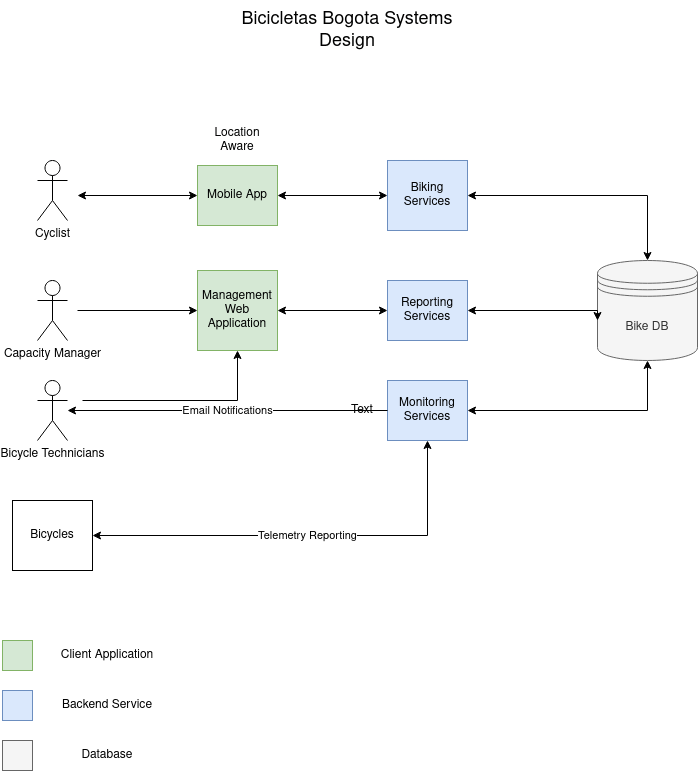
The draw.io diagram images/high-level.png in mark579/bicicletas-bogota-design, before a commit. Source tidied: cells renumbered, new cells last; positions are measured from the earlier drawing's top-left corner, leaving out a move shared by most shapes. Source of this version:
```xml
<mxGraphModel>
  <root>
    <mxCell id="0" />
    <mxCell id="1" parent="0" />
    <mxCell id="2" value="&lt;font style=&quot;font-size: 18px&quot;&gt;Bicicletas Bogota Systems Design&lt;/font&gt;" style="text;html=1;strokeColor=none;fillColor=none;align=center;verticalAlign=middle;whiteSpace=wrap;rounded=0;" parent="1" vertex="1">
      <mxGeometry x="210" width="270" height="60" as="geometry" />
    </mxCell>
    <mxCell id="3" value="Cyclist" style="shape=umlActor;verticalLabelPosition=bottom;verticalAlign=top;html=1;" parent="1" vertex="1">
      <mxGeometry x="35" y="160" width="30" height="60" as="geometry" />
    </mxCell>
    <mxCell id="4" style="edgeStyle=orthogonalEdgeStyle;rounded=0;jettySize=auto;html=1;exitX=0;exitY=0.5;exitDx=0;exitDy=0;startArrow=classic;startFill=1;endArrow=classic;endFill=1;" parent="1" edge="1" source="6">
      <mxGeometry relative="1" as="geometry">
        <mxPoint x="75" y="195" as="targetPoint" />
      </mxGeometry>
    </mxCell>
    <mxCell id="5" style="edgeStyle=orthogonalEdgeStyle;rounded=0;jettySize=auto;html=1;startArrow=classic;startFill=1;endArrow=classic;endFill=1;" parent="1" edge="1" source="6" target="11">
      <mxGeometry relative="1" as="geometry" />
    </mxCell>
    <mxCell id="6" value="Mobile App" style="rounded=0;whiteSpace=wrap;html=1;fillColor=#d5e8d4;strokeColor=#82b366;" parent="1" vertex="1">
      <mxGeometry x="195" y="165" width="80" height="60" as="geometry" />
    </mxCell>
    <mxCell id="7" value="Bike DB" style="shape=datastore;whiteSpace=wrap;html=1;fillColor=#f5f5f5;strokeColor=#666666;fontColor=#333333;" parent="1" vertex="1">
      <mxGeometry x="595" y="260" width="100" height="100" as="geometry" />
    </mxCell>
    <mxCell id="8" value="Telemetry Reporting" style="edgeStyle=orthogonalEdgeStyle;rounded=0;jettySize=auto;html=1;entryX=0.5;entryY=1;entryDx=0;entryDy=0;startArrow=classic;startFill=1;endArrow=classic;endFill=1;" parent="1" edge="1" source="9" target="16">
      <mxGeometry relative="1" as="geometry" />
    </mxCell>
    <mxCell id="9" value="Bicycles" style="rounded=0;whiteSpace=wrap;html=1;" parent="1" vertex="1">
      <mxGeometry x="10" y="500" width="80" height="70" as="geometry" />
    </mxCell>
    <mxCell id="10" style="edgeStyle=orthogonalEdgeStyle;rounded=0;jettySize=auto;html=1;entryX=0.5;entryY=0;entryDx=0;entryDy=0;startArrow=classic;startFill=1;endArrow=classic;endFill=1;" parent="1" edge="1" source="11" target="7">
      <mxGeometry relative="1" as="geometry" />
    </mxCell>
    <mxCell id="11" value="Biking Services" style="rounded=0;whiteSpace=wrap;html=1;fillColor=#dae8fc;strokeColor=#6c8ebf;" parent="1" vertex="1">
      <mxGeometry x="385" y="160" width="80" height="70" as="geometry" />
    </mxCell>
    <mxCell id="12" style="edgeStyle=orthogonalEdgeStyle;rounded=0;jettySize=auto;html=1;startArrow=classic;startFill=1;endArrow=classic;endFill=1;" parent="1" edge="1" source="14">
      <mxGeometry relative="1" as="geometry">
        <mxPoint x="595" y="320" as="targetPoint" />
        <Array as="points">
          <mxPoint x="595" y="310" />
        </Array>
      </mxGeometry>
    </mxCell>
    <mxCell id="13" style="edgeStyle=orthogonalEdgeStyle;rounded=0;jettySize=auto;html=1;entryX=1;entryY=0.5;entryDx=0;entryDy=0;startArrow=classic;startFill=1;endArrow=classic;endFill=1;" parent="1" edge="1" source="14" target="20">
      <mxGeometry relative="1" as="geometry" />
    </mxCell>
    <mxCell id="14" value="Reporting Services" style="rounded=0;whiteSpace=wrap;html=1;fillColor=#dae8fc;strokeColor=#6c8ebf;" parent="1" vertex="1">
      <mxGeometry x="385" y="280" width="80" height="60" as="geometry" />
    </mxCell>
    <mxCell id="15" style="edgeStyle=orthogonalEdgeStyle;rounded=0;jettySize=auto;html=1;entryX=0.5;entryY=1;entryDx=0;entryDy=0;startArrow=classic;startFill=1;endArrow=classic;endFill=1;" parent="1" edge="1" source="16" target="7">
      <mxGeometry relative="1" as="geometry" />
    </mxCell>
    <mxCell id="16" value="Monitoring Services" style="rounded=0;whiteSpace=wrap;html=1;fillColor=#dae8fc;strokeColor=#6c8ebf;" parent="1" vertex="1">
      <mxGeometry x="385" y="380" width="80" height="60" as="geometry" />
    </mxCell>
    <mxCell id="17" style="edgeStyle=orthogonalEdgeStyle;rounded=0;jettySize=auto;html=1;entryX=0.5;entryY=1;entryDx=0;entryDy=0;startArrow=none;startFill=0;endArrow=classic;endFill=1;" parent="1" edge="1" target="20">
      <mxGeometry relative="1" as="geometry">
        <mxPoint x="80" y="400" as="sourcePoint" />
      </mxGeometry>
    </mxCell>
    <mxCell id="18" value="Bicycle Technicians" style="shape=umlActor;verticalLabelPosition=bottom;verticalAlign=top;html=1;outlineConnect=0;" parent="1" vertex="1">
      <mxGeometry x="35" y="380" width="30" height="60" as="geometry" />
    </mxCell>
    <mxCell id="19" value="Email Notifications" style="endArrow=none;startArrow=classic;html=1;entryX=0;entryY=0.5;entryDx=0;entryDy=0;startFill=1;endFill=0;" parent="1" edge="1" source="18" target="16">
      <mxGeometry relative="1" as="geometry" />
    </mxCell>
    <mxCell id="20" value="Management Web Application" style="whiteSpace=wrap;html=1;fillColor=#d5e8d4;strokeColor=#82b366;" parent="1" vertex="1">
      <mxGeometry x="195" y="270" width="80" height="80" as="geometry" />
    </mxCell>
    <mxCell id="21" value="Capacity Manager" style="shape=umlActor;verticalLabelPosition=bottom;verticalAlign=top;html=1;" parent="1" vertex="1">
      <mxGeometry x="35" y="280" width="30" height="60" as="geometry" />
    </mxCell>
    <mxCell id="22" style="endArrow=classic;html=1;" parent="1" edge="1" target="20">
      <mxGeometry relative="1" as="geometry">
        <mxPoint x="75" y="310" as="sourcePoint" />
      </mxGeometry>
    </mxCell>
    <mxCell id="23" value="Location Aware" style="text;html=1;strokeColor=none;fillColor=none;align=center;verticalAlign=middle;whiteSpace=wrap;rounded=0;" parent="1" vertex="1">
      <mxGeometry x="215" y="130" width="40" height="20" as="geometry" />
    </mxCell>
    <mxCell id="24" style="rounded=0;whiteSpace=wrap;html=1;fillColor=#d5e8d4;strokeColor=#82b366;" parent="1" vertex="1">
      <mxGeometry y="640" width="30" height="30" as="geometry" />
    </mxCell>
    <mxCell id="25" style="rounded=0;whiteSpace=wrap;html=1;fillColor=#dae8fc;strokeColor=#6c8ebf;" parent="1" vertex="1">
      <mxGeometry y="690" width="30" height="30" as="geometry" />
    </mxCell>
    <mxCell id="26" style="rounded=0;whiteSpace=wrap;html=1;fillColor=#f5f5f5;strokeColor=#666666;fontColor=#333333;" parent="1" vertex="1">
      <mxGeometry y="740" width="30" height="30" as="geometry" />
    </mxCell>
    <mxCell id="27" value="Text" style="text;html=1;strokeColor=none;fillColor=none;align=center;verticalAlign=middle;whiteSpace=wrap;rounded=0;" parent="1" vertex="1">
      <mxGeometry x="340" y="400" width="40" height="20" as="geometry" />
    </mxCell>
    <mxCell id="28" value="Client Application" style="text;html=1;strokeColor=none;fillColor=none;align=center;verticalAlign=middle;whiteSpace=wrap;rounded=0;" parent="1" vertex="1">
      <mxGeometry x="50" y="645" width="110" height="20" as="geometry" />
    </mxCell>
    <mxCell id="29" value="Backend Service" style="text;html=1;strokeColor=none;fillColor=none;align=center;verticalAlign=middle;whiteSpace=wrap;rounded=0;" parent="1" vertex="1">
      <mxGeometry x="50" y="695" width="110" height="20" as="geometry" />
    </mxCell>
    <mxCell id="30" value="Database" style="text;html=1;strokeColor=none;fillColor=none;align=center;verticalAlign=middle;whiteSpace=wrap;rounded=0;" parent="1" vertex="1">
      <mxGeometry x="50" y="745" width="110" height="20" as="geometry" />
    </mxCell>
  </root>
</mxGraphModel>
```
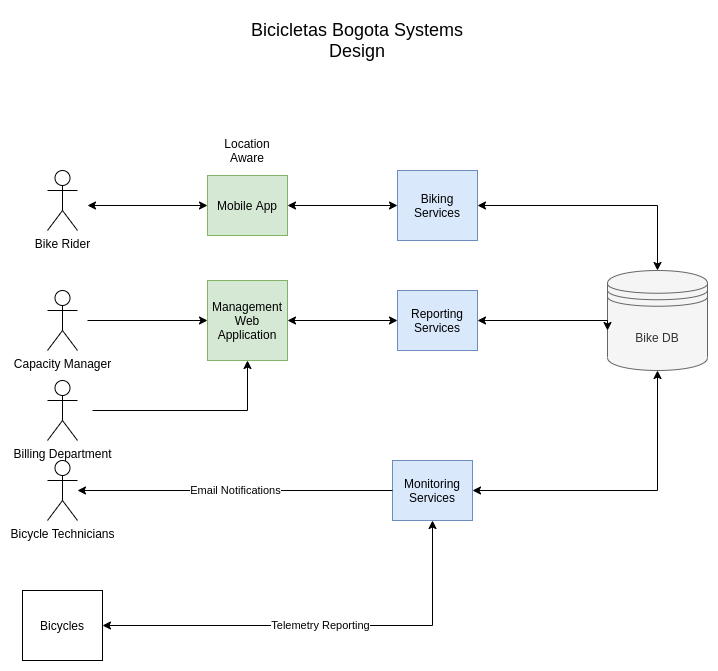
The same diagram one commit later.

What changed in the source:
```diff
@@ -5,7 +5,7 @@
     <mxCell id="2" value="&lt;font style=&quot;font-size: 18px&quot;&gt;Bicicletas Bogota Systems Design&lt;/font&gt;" style="text;html=1;strokeColor=none;fillColor=none;align=center;verticalAlign=middle;whiteSpace=wrap;rounded=0;" parent="1" vertex="1">
       <mxGeometry x="210" width="270" height="60" as="geometry" />
     </mxCell>
-    <mxCell id="3" value="Cyclist" style="shape=umlActor;verticalLabelPosition=bottom;verticalAlign=top;html=1;" parent="1" vertex="1">
+    <mxCell id="3" value="Bike Rider" style="shape=umlActor;verticalLabelPosition=bottom;verticalAlign=top;html=1;" parent="1" vertex="1">
       <mxGeometry x="35" y="160" width="30" height="60" as="geometry" />
     </mxCell>
     <mxCell id="4" style="edgeStyle=orthogonalEdgeStyle;rounded=0;jettySize=auto;html=1;exitX=0;exitY=0.5;exitDx=0;exitDy=0;startArrow=classic;startFill=1;endArrow=classic;endFill=1;" parent="1" edge="1" source="6">
@@ -26,7 +26,7 @@
       <mxGeometry relative="1" as="geometry" />
     </mxCell>
     <mxCell id="9" value="Bicycles" style="rounded=0;whiteSpace=wrap;html=1;" parent="1" vertex="1">
-      <mxGeometry x="10" y="500" width="80" height="70" as="geometry" />
+      <mxGeometry x="10" y="580" width="80" height="70" as="geometry" />
     </mxCell>
     <mxCell id="10" style="edgeStyle=orthogonalEdgeStyle;rounded=0;jettySize=auto;html=1;entryX=0.5;entryY=0;entryDx=0;entryDy=0;startArrow=classic;startFill=1;endArrow=classic;endFill=1;" parent="1" edge="1" source="11" target="7">
       <mxGeometry relative="1" as="geometry" />
@@ -52,7 +52,7 @@
       <mxGeometry relative="1" as="geometry" />
     </mxCell>
     <mxCell id="16" value="Monitoring Services" style="rounded=0;whiteSpace=wrap;html=1;fillColor=#dae8fc;strokeColor=#6c8ebf;" parent="1" vertex="1">
-      <mxGeometry x="385" y="380" width="80" height="60" as="geometry" />
+      <mxGeometry x="380" y="450" width="80" height="60" as="geometry" />
     </mxCell>
     <mxCell id="17" style="edgeStyle=orthogonalEdgeStyle;rounded=0;jettySize=auto;html=1;entryX=0.5;entryY=1;entryDx=0;entryDy=0;startArrow=none;startFill=0;endArrow=classic;endFill=1;" parent="1" edge="1" target="20">
       <mxGeometry relative="1" as="geometry">
@@ -60,7 +60,7 @@
       </mxGeometry>
     </mxCell>
     <mxCell id="18" value="Bicycle Technicians" style="shape=umlActor;verticalLabelPosition=bottom;verticalAlign=top;html=1;outlineConnect=0;" parent="1" vertex="1">
-      <mxGeometry x="35" y="380" width="30" height="60" as="geometry" />
+      <mxGeometry x="35" y="450" width="30" height="60" as="geometry" />
     </mxCell>
     <mxCell id="19" value="Email Notifications" style="endArrow=none;startArrow=classic;html=1;entryX=0;entryY=0.5;entryDx=0;entryDy=0;startFill=1;endFill=0;" parent="1" edge="1" source="18" target="16">
       <mxGeometry relative="1" as="geometry" />
@@ -79,26 +79,8 @@
     <mxCell id="23" value="Location Aware" style="text;html=1;strokeColor=none;fillColor=none;align=center;verticalAlign=middle;whiteSpace=wrap;rounded=0;" parent="1" vertex="1">
       <mxGeometry x="215" y="130" width="40" height="20" as="geometry" />
     </mxCell>
-    <mxCell id="24" style="rounded=0;whiteSpace=wrap;html=1;fillColor=#d5e8d4;strokeColor=#82b366;" parent="1" vertex="1">
-      <mxGeometry y="640" width="30" height="30" as="geometry" />
-    </mxCell>
-    <mxCell id="25" style="rounded=0;whiteSpace=wrap;html=1;fillColor=#dae8fc;strokeColor=#6c8ebf;" parent="1" vertex="1">
-      <mxGeometry y="690" width="30" height="30" as="geometry" />
-    </mxCell>
-    <mxCell id="26" style="rounded=0;whiteSpace=wrap;html=1;fillColor=#f5f5f5;strokeColor=#666666;fontColor=#333333;" parent="1" vertex="1">
-      <mxGeometry y="740" width="30" height="30" as="geometry" />
-    </mxCell>
-    <mxCell id="27" value="Text" style="text;html=1;strokeColor=none;fillColor=none;align=center;verticalAlign=middle;whiteSpace=wrap;rounded=0;" parent="1" vertex="1">
-      <mxGeometry x="340" y="400" width="40" height="20" as="geometry" />
-    </mxCell>
-    <mxCell id="28" value="Client Application" style="text;html=1;strokeColor=none;fillColor=none;align=center;verticalAlign=middle;whiteSpace=wrap;rounded=0;" parent="1" vertex="1">
-      <mxGeometry x="50" y="645" width="110" height="20" as="geometry" />
-    </mxCell>
-    <mxCell id="29" value="Backend Service" style="text;html=1;strokeColor=none;fillColor=none;align=center;verticalAlign=middle;whiteSpace=wrap;rounded=0;" parent="1" vertex="1">
-      <mxGeometry x="50" y="695" width="110" height="20" as="geometry" />
-    </mxCell>
-    <mxCell id="30" value="Database" style="text;html=1;strokeColor=none;fillColor=none;align=center;verticalAlign=middle;whiteSpace=wrap;rounded=0;" parent="1" vertex="1">
-      <mxGeometry x="50" y="745" width="110" height="20" as="geometry" />
-    </mxCell>
+    <mxCell id="31" value="Billing Department" style="shape=umlActor;verticalLabelPosition=bottom;verticalAlign=top;html=1;" parent="1" vertex="1">
+      <mxGeometry x="35" y="370" width="30" height="60" as="geometry" />
+    </mxCell>
   </root>
 </mxGraphModel>
```
